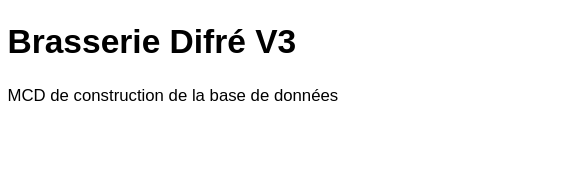
Earlier version of the draw.io export sources/mcd.drawio.svg (maitrecanard/brasseriedifre_v3). Source tidied: cells renumbered, new cells last; positions are measured from the earlier drawing's top-left corner, leaving out a move shared by most shapes.
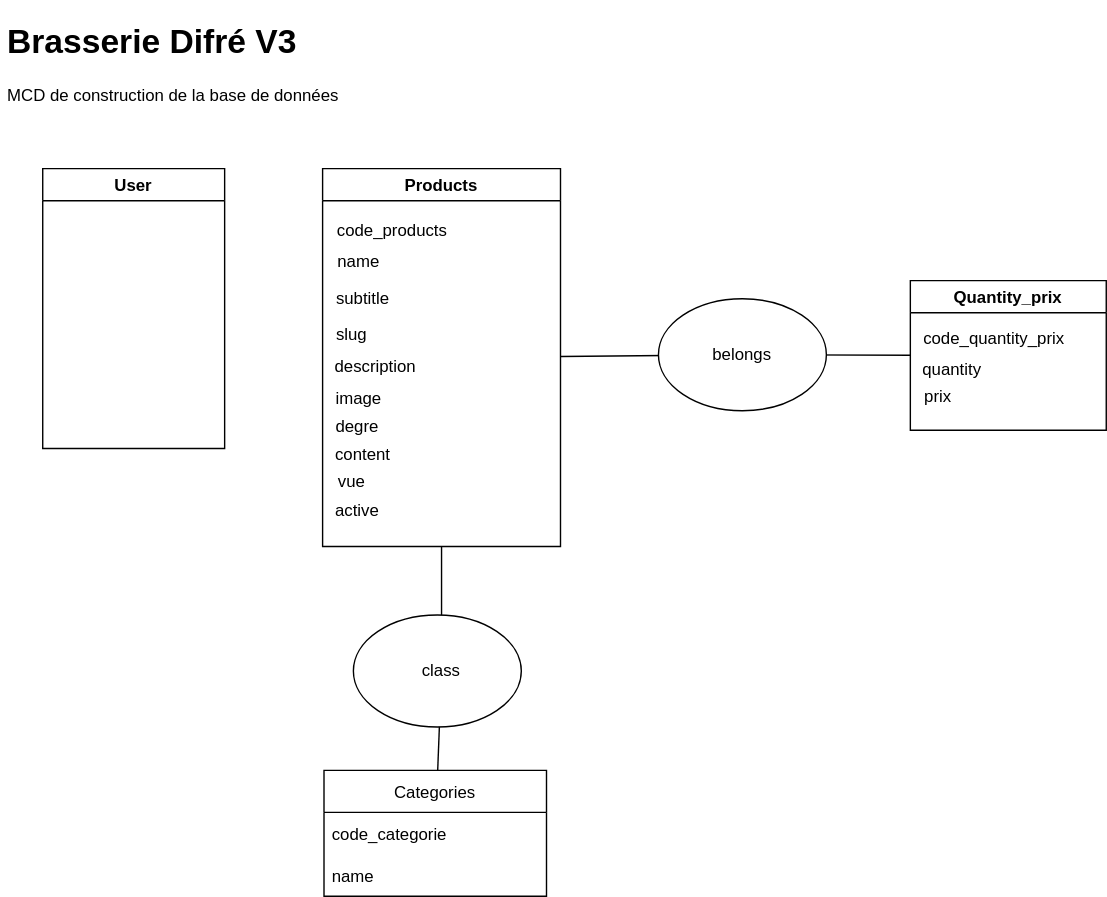
After the change.

Change to the diagram source:
```diff
@@ -2,8 +2,89 @@
   <root>
     <mxCell id="0" />
     <mxCell id="1" parent="0" />
+    <mxCell id="3" style="edgeStyle=none;html=1;" parent="1" edge="1" source="20" target="19">
+      <mxGeometry relative="1" as="geometry" />
+    </mxCell>
     <mxCell id="2" value="&lt;h1&gt;Brasserie Difré V3&lt;/h1&gt;&lt;p&gt;MCD de construction de la base de données&lt;/p&gt;" style="text;html=1;strokeColor=none;fillColor=none;spacing=5;spacingTop=-20;whiteSpace=wrap;overflow=hidden;rounded=0;" parent="1" vertex="1">
       <mxGeometry width="400" height="110" as="geometry" />
     </mxCell>
+    <mxCell id="4" value="User" style="swimlane;" parent="1" vertex="1">
+      <mxGeometry x="30" y="110" width="130" height="200" as="geometry" />
+    </mxCell>
+    <mxCell id="5" style="edgeStyle=none;html=1;" parent="1" edge="1" source="7" target="19">
+      <mxGeometry relative="1" as="geometry" />
+    </mxCell>
+    <mxCell id="6" style="edgeStyle=none;html=1;" parent="1" edge="1" source="7" target="29">
+      <mxGeometry relative="1" as="geometry" />
+    </mxCell>
+    <mxCell id="7" value="Products" style="swimlane;" parent="1" vertex="1">
+      <mxGeometry x="230" y="110" width="170" height="270" as="geometry" />
+    </mxCell>
+    <mxCell id="8" value="code_products" style="text;html=1;strokeColor=none;fillColor=none;align=center;verticalAlign=middle;whiteSpace=wrap;rounded=0;" parent="7" vertex="1">
+      <mxGeometry y="30" width="100" height="30" as="geometry" />
+    </mxCell>
+    <mxCell id="9" value="name" style="text;html=1;strokeColor=none;fillColor=none;align=center;verticalAlign=middle;whiteSpace=wrap;rounded=0;" parent="7" vertex="1">
+      <mxGeometry x="1" y="52" width="50" height="30" as="geometry" />
+    </mxCell>
+    <mxCell id="10" value="subtitle" style="text;html=1;strokeColor=none;fillColor=none;align=center;verticalAlign=middle;whiteSpace=wrap;rounded=0;" parent="7" vertex="1">
+      <mxGeometry x="-41" y="78" width="140" height="30" as="geometry" />
+    </mxCell>
+    <mxCell id="11" value="slug" style="text;html=1;strokeColor=none;fillColor=none;align=center;verticalAlign=middle;whiteSpace=wrap;rounded=0;" parent="7" vertex="1">
+      <mxGeometry x="-9" y="104" width="60" height="30" as="geometry" />
+    </mxCell>
+    <mxCell id="12" value="description" style="text;html=1;strokeColor=none;fillColor=none;align=center;verticalAlign=middle;whiteSpace=wrap;rounded=0;" parent="7" vertex="1">
+      <mxGeometry x="8" y="127" width="60" height="30" as="geometry" />
+    </mxCell>
+    <mxCell id="13" value="image" style="text;html=1;strokeColor=none;fillColor=none;align=center;verticalAlign=middle;whiteSpace=wrap;rounded=0;" parent="7" vertex="1">
+      <mxGeometry x="-4" y="150" width="60" height="30" as="geometry" />
+    </mxCell>
+    <mxCell id="14" value="degre" style="text;html=1;strokeColor=none;fillColor=none;align=center;verticalAlign=middle;whiteSpace=wrap;rounded=0;" parent="7" vertex="1">
+      <mxGeometry x="-5" y="170" width="60" height="30" as="geometry" />
+    </mxCell>
+    <mxCell id="15" value="content" style="text;html=1;strokeColor=none;fillColor=none;align=center;verticalAlign=middle;whiteSpace=wrap;rounded=0;" parent="7" vertex="1">
+      <mxGeometry x="-1" y="190" width="60" height="30" as="geometry" />
+    </mxCell>
+    <mxCell id="16" value="vue" style="text;html=1;strokeColor=none;fillColor=none;align=center;verticalAlign=middle;whiteSpace=wrap;rounded=0;" parent="7" vertex="1">
+      <mxGeometry x="-9" y="209" width="60" height="30" as="geometry" />
+    </mxCell>
+    <mxCell id="17" value="active" style="text;html=1;strokeColor=none;fillColor=none;align=center;verticalAlign=middle;whiteSpace=wrap;rounded=0;" parent="7" vertex="1">
+      <mxGeometry x="-5" y="230" width="60" height="30" as="geometry" />
+    </mxCell>
+    <mxCell id="18" style="ellipse;whiteSpace=wrap;html=1;" parent="1" vertex="1">
+      <mxGeometry x="470" y="203" width="120" height="80" as="geometry" />
+    </mxCell>
+    <mxCell id="19" value="belongs" style="text;html=1;strokeColor=none;fillColor=none;align=center;verticalAlign=middle;whiteSpace=wrap;rounded=0;" parent="1" vertex="1">
+      <mxGeometry x="500" y="228" width="60" height="30" as="geometry" />
+    </mxCell>
+    <mxCell id="20" value="Quantity_prix" style="swimlane;" parent="1" vertex="1">
+      <mxGeometry x="650" y="190" width="140" height="107" as="geometry" />
+    </mxCell>
+    <mxCell id="21" value="code_quantity_prix" style="text;html=1;strokeColor=none;fillColor=none;align=center;verticalAlign=middle;whiteSpace=wrap;rounded=0;" parent="20" vertex="1">
+      <mxGeometry x="30" y="27" width="60" height="30" as="geometry" />
+    </mxCell>
+    <mxCell id="22" value="quantity" style="text;html=1;strokeColor=none;fillColor=none;align=center;verticalAlign=middle;whiteSpace=wrap;rounded=0;" parent="20" vertex="1">
+      <mxGeometry y="49" width="60" height="30" as="geometry" />
+    </mxCell>
+    <mxCell id="23" value="prix" style="text;html=1;strokeColor=none;fillColor=none;align=center;verticalAlign=middle;whiteSpace=wrap;rounded=0;" parent="20" vertex="1">
+      <mxGeometry x="-10" y="68" width="60" height="30" as="geometry" />
+    </mxCell>
+    <mxCell id="24" style="edgeStyle=none;html=1;" parent="1" edge="1" source="25" target="29">
+      <mxGeometry relative="1" as="geometry" />
+    </mxCell>
+    <mxCell id="25" value="Categories" style="swimlane;fontStyle=0;horizontal=1;startSize=30;" parent="1" vertex="1">
+      <mxGeometry x="231" y="540" width="159" height="90" as="geometry" />
+    </mxCell>
+    <mxCell id="26" value="code_categorie" style="text;strokeColor=none;fillColor=none;align=left;verticalAlign=middle;spacingLeft=4;spacingRight=4;overflow=hidden;" parent="25" vertex="1">
+      <mxGeometry y="30" width="159" height="30" as="geometry" />
+    </mxCell>
+    <mxCell id="27" value="name" style="text;strokeColor=none;fillColor=none;align=left;verticalAlign=middle;spacingLeft=4;spacingRight=4;overflow=hidden;" parent="25" vertex="1">
+      <mxGeometry y="60" width="159" height="30" as="geometry" />
+    </mxCell>
+    <mxCell id="28" style="ellipse;whiteSpace=wrap;html=1;" parent="1" vertex="1">
+      <mxGeometry x="252" y="429" width="120" height="80" as="geometry" />
+    </mxCell>
+    <mxCell id="29" value="class" style="text;html=1;strokeColor=none;fillColor=none;align=center;verticalAlign=middle;whiteSpace=wrap;rounded=0;" parent="1" vertex="1">
+      <mxGeometry x="285" y="454" width="60" height="30" as="geometry" />
+    </mxCell>
   </root>
 </mxGraphModel>
```
